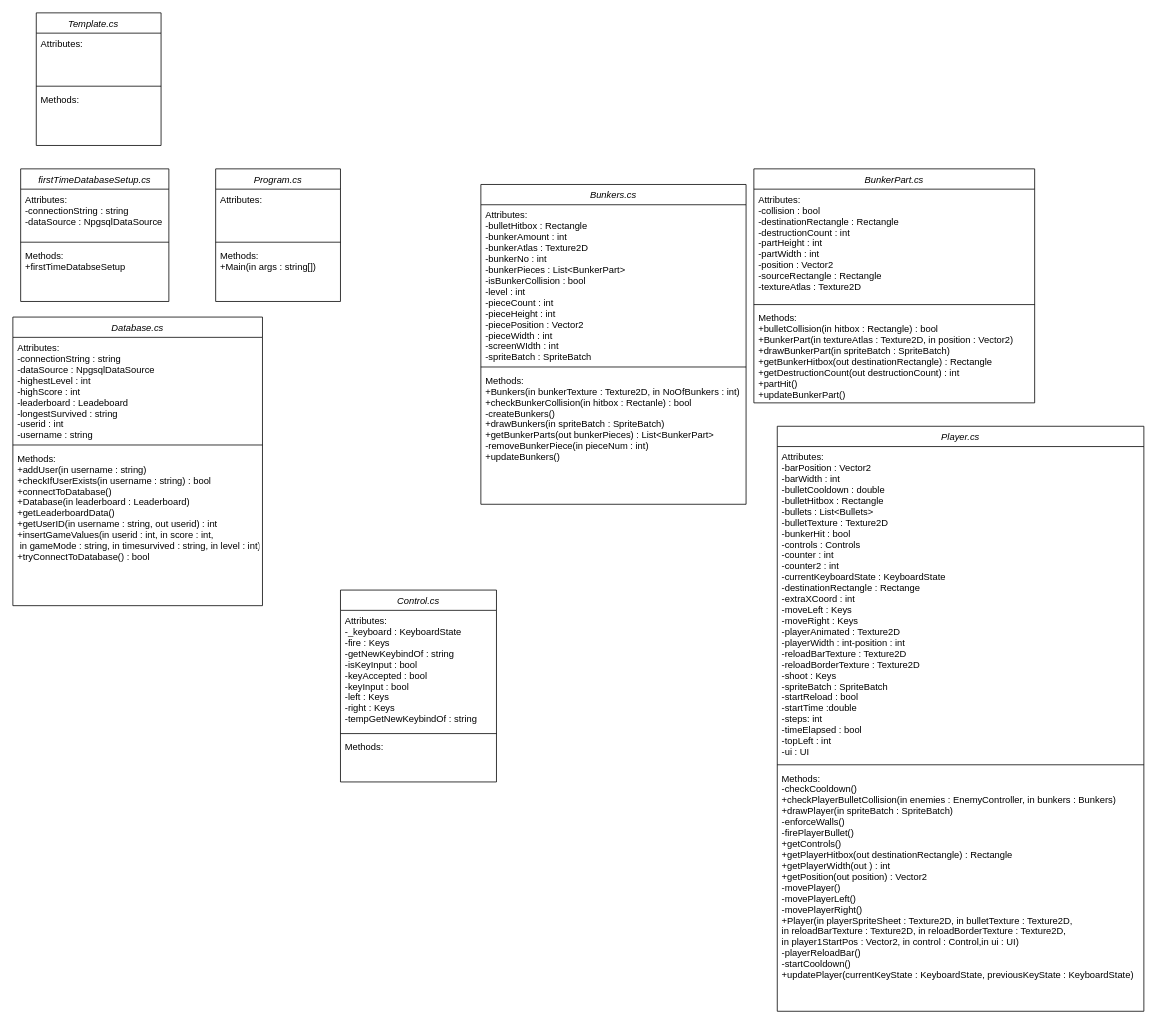
The draw.io diagram Diagrams/ClassDiagramFinal.drawio in Ferogreywolf7/Alien-Attack, before the edit. Source tidied: cells renumbered, new cells numbered last; positions are measured from the earlier drawing's top-left corner, leaving out a move shared by most shapes. Both pictures are drawn from the tidied source at 78%, with x=0, y=0 at pixel (12, 12).
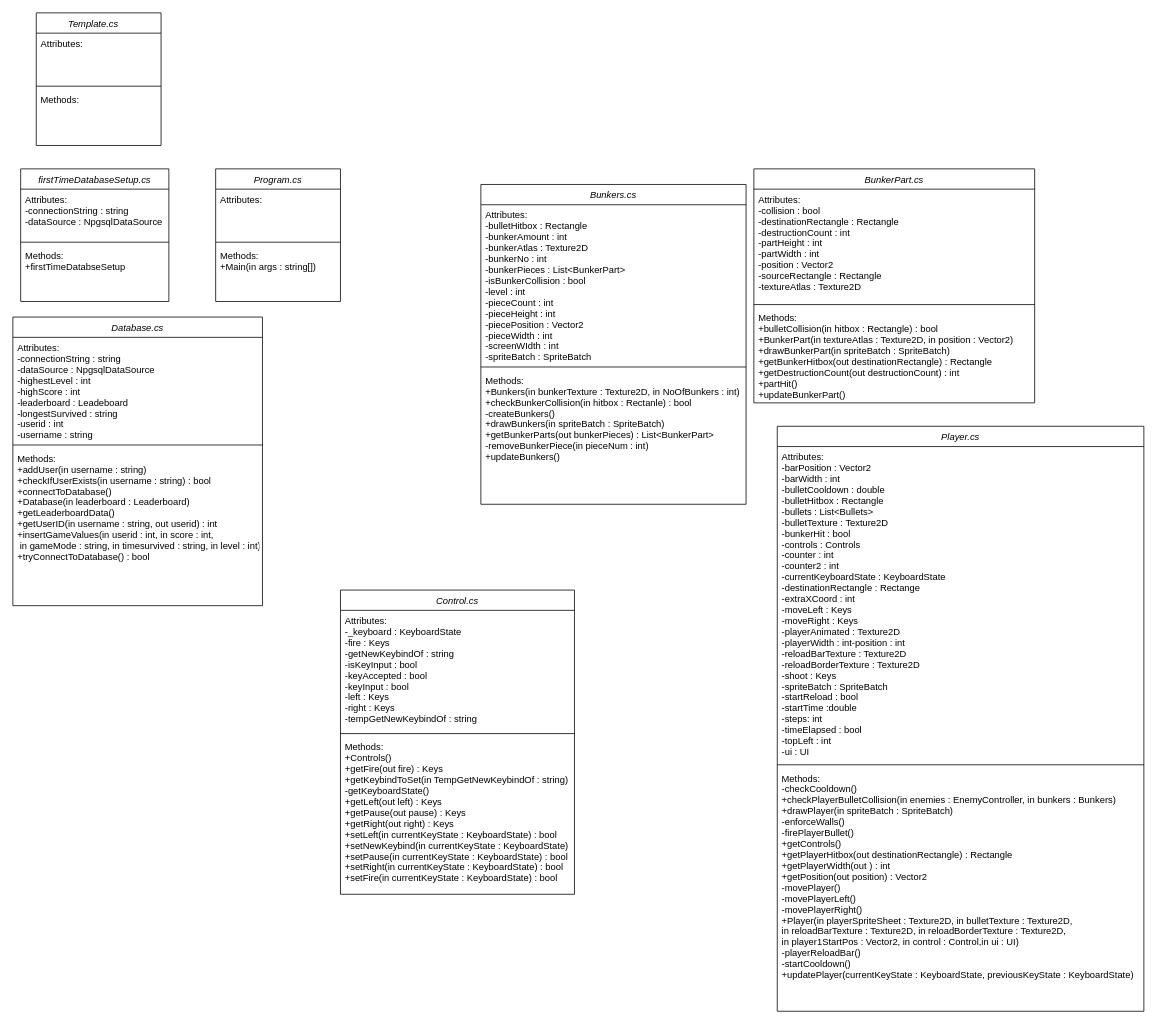
Above is the later version.

Diff of the diagram source:
```diff
@@
     <mxCell id="30" value="Control.cs" style="swimlane;fontStyle=2;align=center;verticalAlign=top;horizontal=1;startSize=26;rounded=0;shadow=0;strokeWidth=1;" parent="1" vertex="1">
-      <mxGeometry x="420" y="740" width="200" height="246" as="geometry" />
+      <mxGeometry x="420" y="740" width="300" height="390" as="geometry" />
     </mxCell>
     <mxCell id="31" value="Attributes:&#10;-_keyboard : KeyboardState&#10;-fire : Keys&#10;-getNewKeybindOf : string&#10;-isKeyInput : bool&#10;-keyAccepted : bool&#10;-keyInput : bool&#10;-left : Keys&#10;-right : Keys&#10;-tempGetNewKeybindOf : string" style="text;align=left;verticalAlign=top;spacingLeft=4;spacingRight=4;overflow=hidden;" parent="30" vertex="1">
-      <mxGeometry y="26" width="200" height="154" as="geometry" />
+      <mxGeometry y="26" width="300" height="154" as="geometry" />
     </mxCell>
     <mxCell id="32" style="line;html=1;strokeWidth=1;align=left;verticalAlign=middle;spacingTop=-1;spacingLeft=3;spacingRight=3;labelPosition=right;" parent="30" vertex="1">
-      <mxGeometry y="180" width="200" height="8" as="geometry" />
+      <mxGeometry y="180" width="300" height="8" as="geometry" />
     </mxCell>
-    <mxCell id="33" value="Methods:" style="text;align=left;verticalAlign=top;spacingLeft=4;spacingRight=4;overflow=hidden;" parent="30" vertex="1">
-      <mxGeometry y="188" width="200" height="58" as="geometry" />
+    <mxCell id="33" value="Methods:&#10;+Controls()&#10;+getFire(out fire) : Keys&#10;+getKeybindToSet(in TempGetNewKeybindOf : string)&#10;-getKeyboardState()&#10;+getLeft(out left) : Keys&#10;+getPause(out pause) : Keys&#10;+getRight(out right) : Keys&#10;+setLeft(in currentKeyState : KeyboardState) : bool&#10;+setNewKeybind(in currentKeyState : KeyboardState)&#10;+setPause(in currentKeyState : KeyboardState) : bool&#10;+setRight(in currentKeyState : KeyboardState) : bool&#10;+setFire(in currentKeyState : KeyboardState) : bool" style="text;align=left;verticalAlign=top;spacingLeft=4;spacingRight=4;overflow=hidden;" parent="30" vertex="1">
+      <mxGeometry y="188" width="300" height="202" as="geometry" />
     </mxCell>
```
